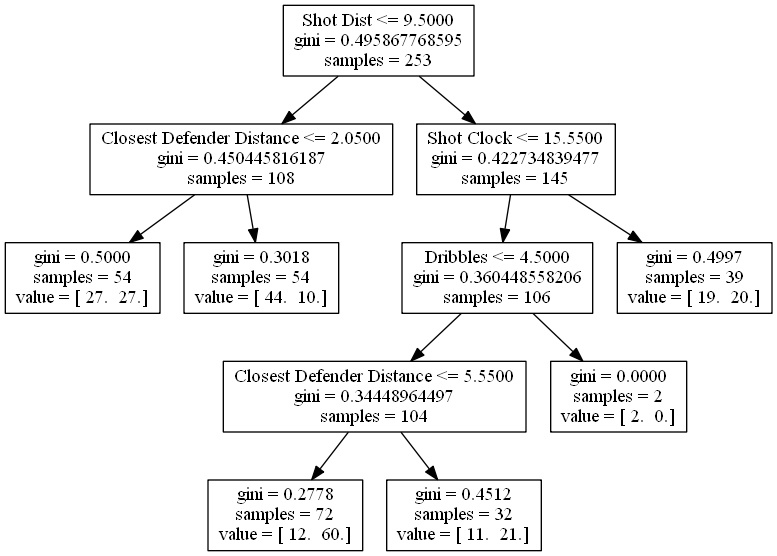
bveber/Analyze_NBA keeps this Graphviz diagram as jeff_green.png. Above is the earlier version. Its source is kept beside it as jeff_green.dot.
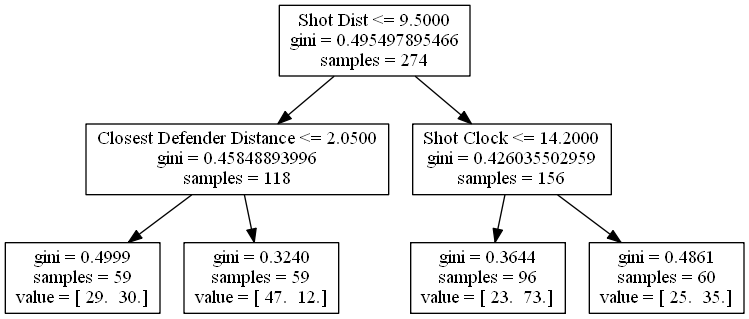
Later version of the same file.

Change to the diagram source:
```diff
@@ -1,23 +1,15 @@
 digraph Tree {
-0 [label="Shot Dist <= 9.5000\ngini = 0.495867768595\nsamples = 253", shape="box"] ;
-1 [label="Closest Defender Distance <= 2.0500\ngini = 0.450445816187\nsamples = 108", shape="box"] ;
+0 [label="Shot Dist <= 9.5000\ngini = 0.495497895466\nsamples = 274", shape="box"] ;
+1 [label="Closest Defender Distance <= 2.0500\ngini = 0.45848893996\nsamples = 118", shape="box"] ;
 0 -> 1 ;
-2 [label="gini = 0.5000\nsamples = 54\nvalue = [ 27.  27.]", shape="box"] ;
+2 [label="gini = 0.4999\nsamples = 59\nvalue = [ 29.  30.]", shape="box"] ;
 1 -> 2 ;
-3 [label="gini = 0.3018\nsamples = 54\nvalue = [ 44.  10.]", shape="box"] ;
+3 [label="gini = 0.3240\nsamples = 59\nvalue = [ 47.  12.]", shape="box"] ;
 1 -> 3 ;
-4 [label="Shot Clock <= 15.5500\ngini = 0.422734839477\nsamples = 145", shape="box"] ;
+4 [label="Shot Clock <= 14.2000\ngini = 0.426035502959\nsamples = 156", shape="box"] ;
 0 -> 4 ;
-5 [label="Dribbles <= 4.5000\ngini = 0.360448558206\nsamples = 106", shape="box"] ;
+5 [label="gini = 0.3644\nsamples = 96\nvalue = [ 23.  73.]", shape="box"] ;
 4 -> 5 ;
-6 [label="Closest Defender Distance <= 5.5500\ngini = 0.34448964497\nsamples = 104", shape="box"] ;
-5 -> 6 ;
-7 [label="gini = 0.2778\nsamples = 72\nvalue = [ 12.  60.]", shape="box"] ;
-6 -> 7 ;
-8 [label="gini = 0.4512\nsamples = 32\nvalue = [ 11.  21.]", shape="box"] ;
-6 -> 8 ;
-9 [label="gini = 0.0000\nsamples = 2\nvalue = [ 2.  0.]", shape="box"] ;
-5 -> 9 ;
-10 [label="gini = 0.4997\nsamples = 39\nvalue = [ 19.  20.]", shape="box"] ;
-4 -> 10 ;
+6 [label="gini = 0.4861\nsamples = 60\nvalue = [ 25.  35.]", shape="box"] ;
+4 -> 6 ;
 }
```
